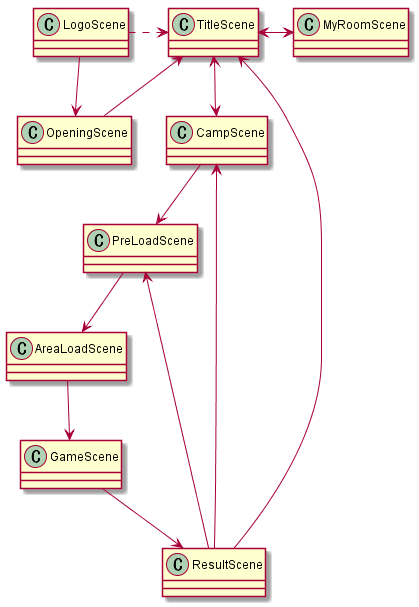
Before: Wizardas/Assets/Wizardas/Documentation/SceneTD.png, a diagram exported from PlantUML (ellgames/Wizardas). The source it was exported from:
```plantuml
@startuml

class LogoScene
class OpeningScene
class TitleScene
class MyRoomScene
class CampScene
class PreLoadScene
class AreaLoadScene
class GameScene
class ResultScene

LogoScene --> OpeningScene
LogoScene .> TitleScene
OpeningScene --> TitleScene
TitleScene <-> MyRoomScene
TitleScene <--> CampScene
CampScene --> PreLoadScene
PreLoadScene --> AreaLoadScene
AreaLoadScene --> GameScene
GameScene --> ResultScene
ResultScene --> CampScene
ResultScene --> TitleScene
ResultScene --> PreLoadScene

@enduml
```
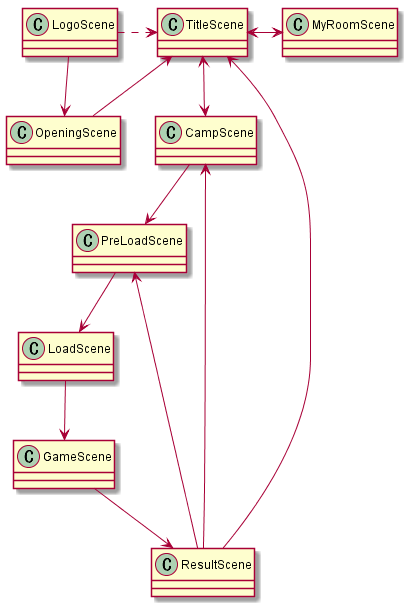
Above is the later version.

What changed in the source:
```diff
@@ -6,7 +6,7 @@
 class MyRoomScene
 class CampScene
 class PreLoadScene
-class AreaLoadScene
+class LoadScene
 class GameScene
 class ResultScene
 
@@ -16,8 +16,8 @@
 TitleScene <-> MyRoomScene
 TitleScene <--> CampScene
 CampScene --> PreLoadScene
-PreLoadScene --> AreaLoadScene
-AreaLoadScene --> GameScene
+PreLoadScene --> LoadScene
+LoadScene --> GameScene
 GameScene --> ResultScene
 ResultScene --> CampScene
 ResultScene --> TitleScene
```
